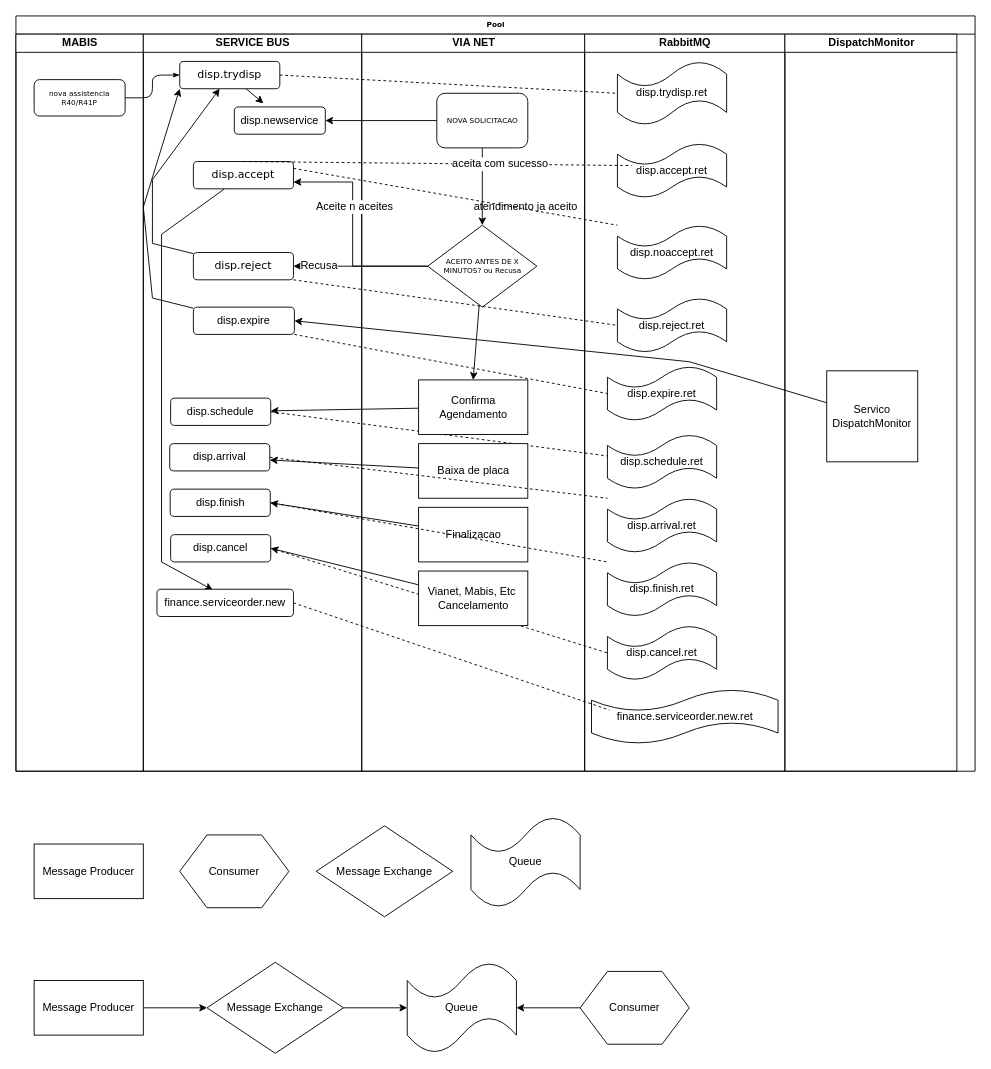
rodrigoporcionato/estudos keeps this draw.io diagram as page "Fluxo Dispatch" (1 of 2) of dispatch/Processo Dispatch.drawio. Above is the earlier version. Source tidied: cells renumbered, new cells numbered last; positions are measured from the earlier drawing's top-left corner, leaving out a move shared by most shapes. Both pictures are drawn from the tidied source at 91%, with x=0, y=0 at pixel (15, 15).
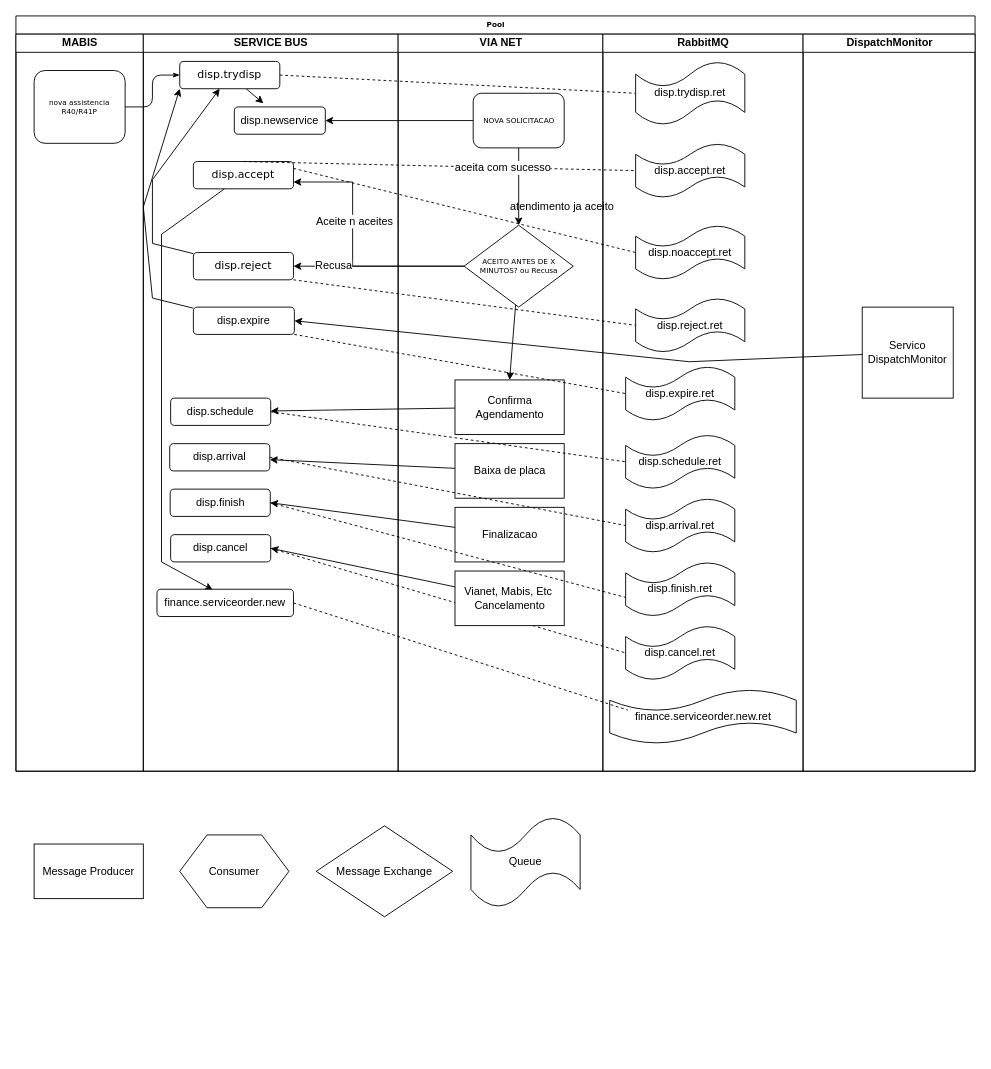
The same diagram, later.

Unchanged cells that the change refers to:
```xml
<mxCell id="2" value="Pool" style="swimlane;html=1;startSize=20;rounded=0;shadow=0;labelBackgroundColor=none;strokeWidth=1;fontFamily=Verdana;fontSize=8;align=center;" parent="1" vertex="1">
  <mxGeometry width="1054" height="830" as="geometry" />
</mxCell>
<mxCell id="3" value="MABIS" style="swimlane;html=1;startSize=20;" parent="2" vertex="1">
  <mxGeometry y="20" width="140" height="810" as="geometry" />
</mxCell>
<mxCell id="14" value="&lt;font style=&quot;font-size: 12px&quot;&gt;disp.accept&lt;/font&gt;" style="rounded=1;whiteSpace=wrap;html=1;shadow=0;labelBackgroundColor=none;strokeWidth=1;fontFamily=Verdana;fontSize=8;align=center;" parent="6" vertex="1">
  <mxGeometry x="55" y="140" width="110" height="30" as="geometry" />
</mxCell>
<mxCell id="16" value="disp.schedule" style="rounded=1;whiteSpace=wrap;html=1;" parent="6" vertex="1">
  <mxGeometry x="30" y="400" width="110" height="30" as="geometry" />
</mxCell>
<mxCell id="17" value="disp.arrival" style="rounded=1;whiteSpace=wrap;html=1;" parent="6" vertex="1">
  <mxGeometry x="29" y="450" width="110" height="30" as="geometry" />
</mxCell>
<mxCell id="18" value="disp.finish" style="rounded=1;whiteSpace=wrap;html=1;" parent="6" vertex="1">
  <mxGeometry x="29.5" y="500" width="110" height="30" as="geometry" />
</mxCell>
<mxCell id="40" value="disp.accept.ret" style="shape=tape;whiteSpace=wrap;html=1;" parent="38" vertex="1">
  <mxGeometry x="36" y="120" width="120" height="60" as="geometry" />
</mxCell>
<mxCell id="41" value="disp.noaccept.ret" style="shape=tape;whiteSpace=wrap;html=1;" parent="38" vertex="1">
  <mxGeometry x="36" y="210" width="120" height="60" as="geometry" />
</mxCell>
<mxCell id="44" value="disp.schedule.ret" style="shape=tape;whiteSpace=wrap;html=1;" parent="38" vertex="1">
  <mxGeometry x="25" y="440" width="120" height="60" as="geometry" />
</mxCell>
<mxCell id="45" value="disp.arrival.ret" style="shape=tape;whiteSpace=wrap;html=1;" parent="38" vertex="1">
  <mxGeometry x="25" y="510" width="120" height="60" as="geometry" />
</mxCell>
<mxCell id="46" value="disp.finish.ret" style="shape=tape;whiteSpace=wrap;html=1;" parent="38" vertex="1">
  <mxGeometry x="25" y="580" width="120" height="60" as="geometry" />
</mxCell>
```

Change to the diagram source:
```diff
@@
     <mxCell id="4" value="nova assistencia&lt;br&gt;R40/R41P" style="rounded=1;whiteSpace=wrap;html=1;shadow=0;labelBackgroundColor=none;strokeWidth=1;fontFamily=Verdana;fontSize=8;align=center;" parent="3" vertex="1">
-      <mxGeometry x="20" y="50" width="100" height="40" as="geometry" />
+      <mxGeometry x="20" y="40" width="100" height="80" as="geometry" />
     </mxCell>
@@
     <mxCell id="6" value="SERVICE BUS" style="swimlane;html=1;startSize=20;" parent="2" vertex="1">
-      <mxGeometry x="140" y="20" width="240" height="810" as="geometry" />
+      <mxGeometry x="140" y="20" width="280" height="810" as="geometry" />
     </mxCell>
@@
     <mxCell id="22" value="VIA NET" style="swimlane;html=1;startSize=20;" parent="2" vertex="1">
-      <mxGeometry x="380" y="20" width="245" height="810" as="geometry" />
+      <mxGeometry x="420" y="20" width="225" height="810" as="geometry" />
     </mxCell>
@@
-    <mxCell id="29" style="endArrow=none;dashed=1;html=1;exitX=1;exitY=0.5;exitDx=0;exitDy=0;entryX=0;entryY=0.5;entryDx=0;entryDy=0;" parent="22" edge="1" source="16">
-      <mxGeometry relative="1" as="geometry">
-        <mxPoint x="281" y="465" as="targetPoint" />
-      </mxGeometry>
-    </mxCell>
@@
     <mxCell id="38" value="RabbitMQ" style="swimlane;html=1;startSize=20;" parent="2" vertex="1">
-      <mxGeometry x="625" y="20" width="220" height="810" as="geometry" />
+      <mxGeometry x="645" y="20" width="220" height="810" as="geometry" />
     </mxCell>
@@
     <mxCell id="49" value="DispatchMonitor" style="swimlane;html=1;startSize=20;" parent="2" vertex="1">
-      <mxGeometry x="845" y="20" width="189" height="810" as="geometry" />
+      <mxGeometry x="865" y="20" width="189" height="810" as="geometry" />
     </mxCell>
     <mxCell id="50" value="Servico DispatchMonitor" style="whiteSpace=wrap;html=1;" parent="49" vertex="1">
-      <mxGeometry x="46" y="370" width="100" height="100" as="geometry" />
+      <mxGeometry x="65" y="300" width="100" height="100" as="geometry" />
     </mxCell>
-    <mxCell id="51" style="endArrow=none;dashed=1;html=1;entryX=0.13;entryY=0.407;entryDx=0;entryDy=0;entryPerimeter=0;exitX=0.5;exitY=0;exitDx=0;exitDy=0;" parent="2" edge="1" source="14" target="40">
+    <mxCell id="51" style="endArrow=none;dashed=1;html=1;exitX=0.5;exitY=0;exitDx=0;exitDy=0;entryX=0;entryY=0.5;entryDx=0;entryDy=0;entryPerimeter=0;" parent="2" edge="1" source="14" target="40">
       <mxGeometry relative="1" as="geometry" />
     </mxCell>
@@
-    <mxCell id="53" style="endArrow=none;dashed=1;html=1;entryX=0;entryY=0;entryDx=0;entryDy=0;exitX=1;exitY=0.25;exitDx=0;exitDy=0;" parent="2" edge="1" source="14" target="41">
+    <mxCell id="53" style="endArrow=none;dashed=1;html=1;entryX=0;entryY=0.5;entryDx=0;entryDy=0;exitX=1;exitY=0.25;exitDx=0;exitDy=0;entryPerimeter=0;" parent="2" edge="1" source="14" target="41">
       <mxGeometry relative="1" as="geometry" />
     </mxCell>
@@
-    <mxCell id="63" style="endArrow=none;dashed=1;html=1;exitX=1;exitY=0.5;exitDx=0;exitDy=0;entryX=0;entryY=0;entryDx=0;entryDy=0;" parent="2" edge="1" source="17" target="45">
+    <mxCell id="63" style="endArrow=none;dashed=1;html=1;exitX=1;exitY=0.5;exitDx=0;exitDy=0;entryX=0;entryY=0.5;entryDx=0;entryDy=0;entryPerimeter=0;" parent="2" edge="1" source="17" target="45">
       <mxGeometry relative="1" as="geometry" />
     </mxCell>
-    <mxCell id="64" style="endArrow=none;dashed=1;html=1;exitX=1;exitY=0.5;exitDx=0;exitDy=0;entryX=0;entryY=0;entryDx=0;entryDy=0;" parent="2" edge="1" source="18" target="46">
+    <mxCell id="64" style="endArrow=none;dashed=1;html=1;exitX=1;exitY=0.5;exitDx=0;exitDy=0;entryX=0;entryY=0.65;entryDx=0;entryDy=0;entryPerimeter=0;" parent="2" edge="1" source="18" target="46">
       <mxGeometry relative="1" as="geometry" />
     </mxCell>
+    <mxCell id="29" style="endArrow=none;dashed=1;html=1;exitX=1;exitY=0.5;exitDx=0;exitDy=0;entryX=0;entryY=0.5;entryDx=0;entryDy=0;entryPerimeter=0;" parent="2" edge="1" source="16" target="44">
+      <mxGeometry relative="1" as="geometry" />
+    </mxCell>
@@
-    <mxCell id="69" style="edgeStyle=orthogonalEdgeStyle;rounded=0;jettySize=auto;html=1;exitX=1;exitY=0.5;exitDx=0;exitDy=0;entryX=0;entryY=0.5;entryDx=0;entryDy=0;entryPerimeter=0;" parent="1" edge="1" source="70" target="73">
-      <mxGeometry relative="1" as="geometry" />
-    </mxCell>
-    <mxCell id="70" value="Message Exchange" style="rhombus;whiteSpace=wrap;html=1;" parent="1" vertex="1">
-      <mxGeometry x="210" y="1040" width="150" height="100" as="geometry" />
-    </mxCell>
-    <mxCell id="71" style="edgeStyle=orthogonalEdgeStyle;rounded=0;jettySize=auto;html=1;entryX=0;entryY=0.5;entryDx=0;entryDy=0;" parent="1" edge="1" source="72" target="70">
-      <mxGeometry relative="1" as="geometry" />
-    </mxCell>
-    <mxCell id="72" value="Message Producer" style="rounded=0;whiteSpace=wrap;html=1;" parent="1" vertex="1">
-      <mxGeometry x="20" y="1060" width="120" height="60" as="geometry" />
-    </mxCell>
-    <mxCell id="73" value="Queue" style="shape=tape;whiteSpace=wrap;html=1;" parent="1" vertex="1">
-      <mxGeometry x="430" y="1040" width="120" height="100" as="geometry" />
-    </mxCell>
-    <mxCell id="74" style="edgeStyle=orthogonalEdgeStyle;rounded=0;jettySize=auto;html=1;entryX=1;entryY=0.5;entryDx=0;entryDy=0;entryPerimeter=0;" parent="1" edge="1" source="75" target="73">
-      <mxGeometry relative="1" as="geometry" />
-    </mxCell>
-    <mxCell id="75" value="Consumer" style="shape=hexagon;perimeter=hexagonPerimeter2;whiteSpace=wrap;html=1;" parent="1" vertex="1">
-      <mxGeometry x="620" y="1050" width="120" height="80" as="geometry" />
-    </mxCell>
```
